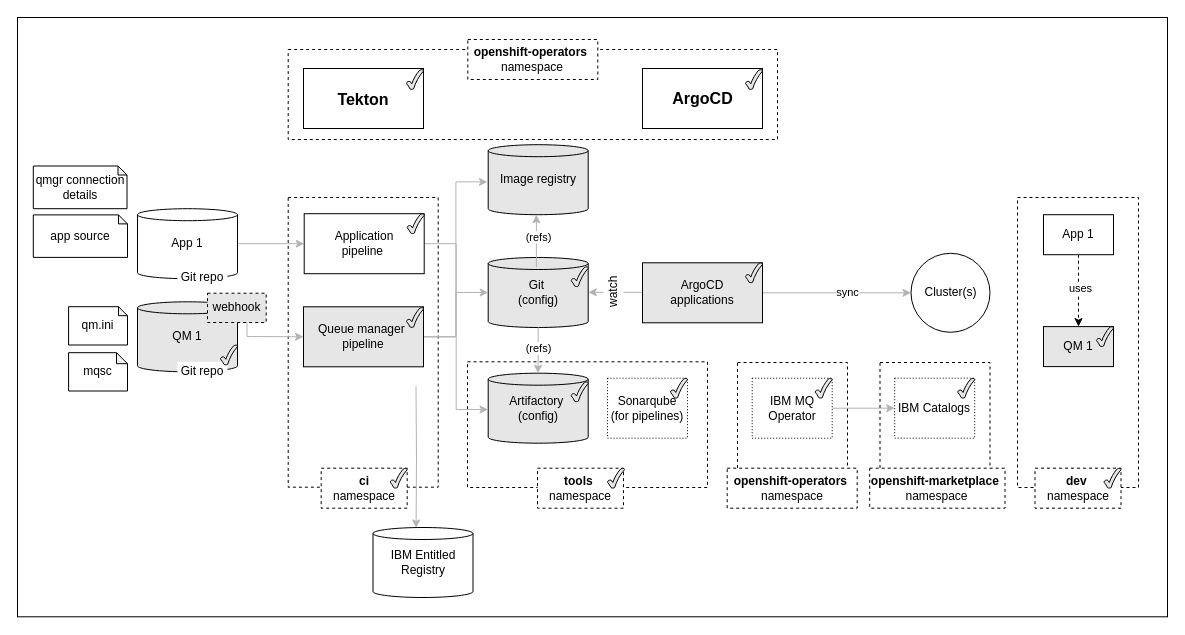
Before: guides/cp4i/mq/qmgr-pipeline/images/mq-cicd7.drawio in IBM/production-gitops, a draw.io diagram. Source tidied: cells renumbered, new cells numbered last; positions are measured from the earlier drawing's top-left corner, leaving out a move shared by most shapes. Both pictures are drawn from the tidied source at 100%, with x=0, y=0 at pixel (17, 17).
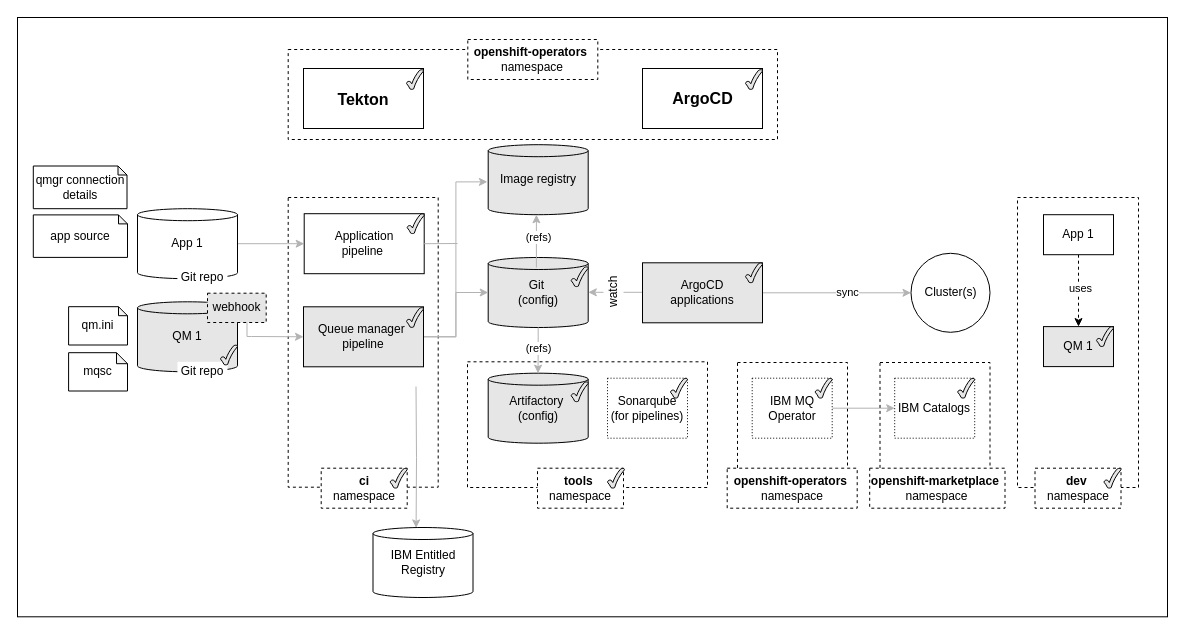
After the change.

The change refers to these unchanged cells:
```xml
<mxCell id="20" value="Artifactory&amp;nbsp;&lt;br&gt;(config)" style="shape=cylinder2;whiteSpace=wrap;html=1;boundedLbl=1;backgroundOutline=1;size=6.000000000000227;strokeWidth=1;fontSize=12;fontColor=#000000;labelBackgroundColor=none;fillColor=#E6E6E6;" parent="1" vertex="1">
  <mxGeometry x="470.7" y="355.7" width="100" height="70" as="geometry" />
</mxCell>
<mxCell id="37" value="Application &lt;br&gt;pipeline&amp;nbsp;" style="rounded=0;whiteSpace=wrap;html=1;strokeWidth=1;fontSize=12;fontColor=#000000;fillColor=none;" parent="1" vertex="1">
  <mxGeometry x="286.7" y="196.2" width="120" height="60" as="geometry" />
</mxCell>
```

Diff of the diagram source:
```diff
@@
-    <mxCell id="21" style="edgeStyle=orthogonalEdgeStyle;rounded=0;jettySize=auto;html=1;startArrow=none;endArrow=classic;strokeColor=#B3B3B3;fontFamily=Helvetica;fontColor=#000000;entryX=-0.002;entryY=0.518;entryDx=0;entryDy=0;entryPerimeter=0;fontSize=12;exitX=1;exitY=0.5;exitDx=0;exitDy=0;" parent="1" edge="1" source="37" target="20">
-      <mxGeometry relative="1" as="geometry" />
-    </mxCell>
@@
+    <mxCell id="73" style="endArrow=none;html=1;rounded=0;exitX=1;exitY=0.5;exitDx=0;exitDy=0;strokeColor=#B3B3B3;" parent="1" edge="1" source="37">
+      <mxGeometry relative="1" as="geometry">
+        <mxPoint x="440" y="226" as="targetPoint" />
+      </mxGeometry>
+    </mxCell>
```
